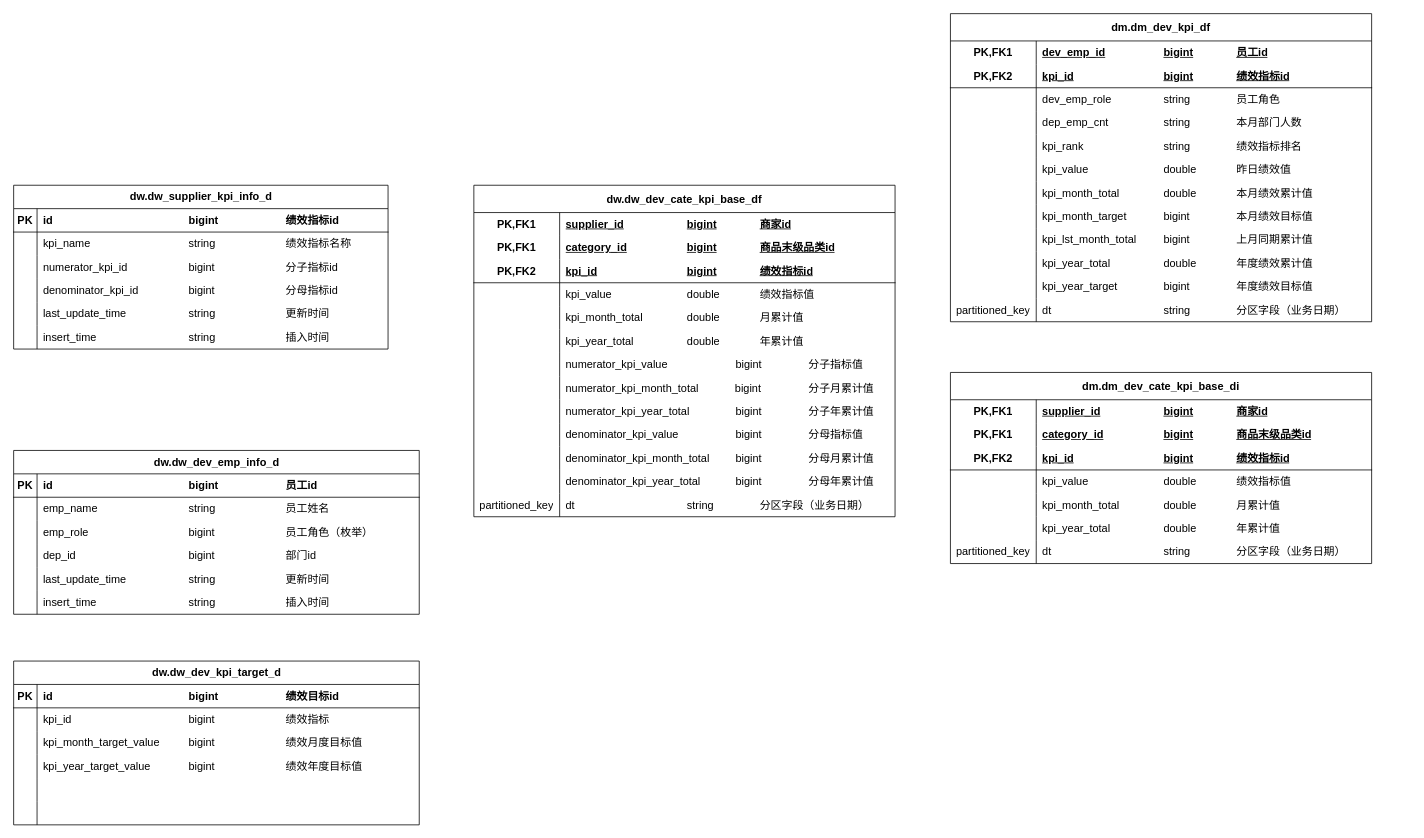
Above: 小二工作台首页.drawio in wangzijia122/drawio_repository (draw.io), before the change. Source tidied: cells renumbered, new cells numbered last; positions are measured from the earlier drawing's top-left corner, leaving out a move shared by most shapes. Both pictures are drawn from the tidied source at 78%, with x=0, y=0 at pixel (13, 13).
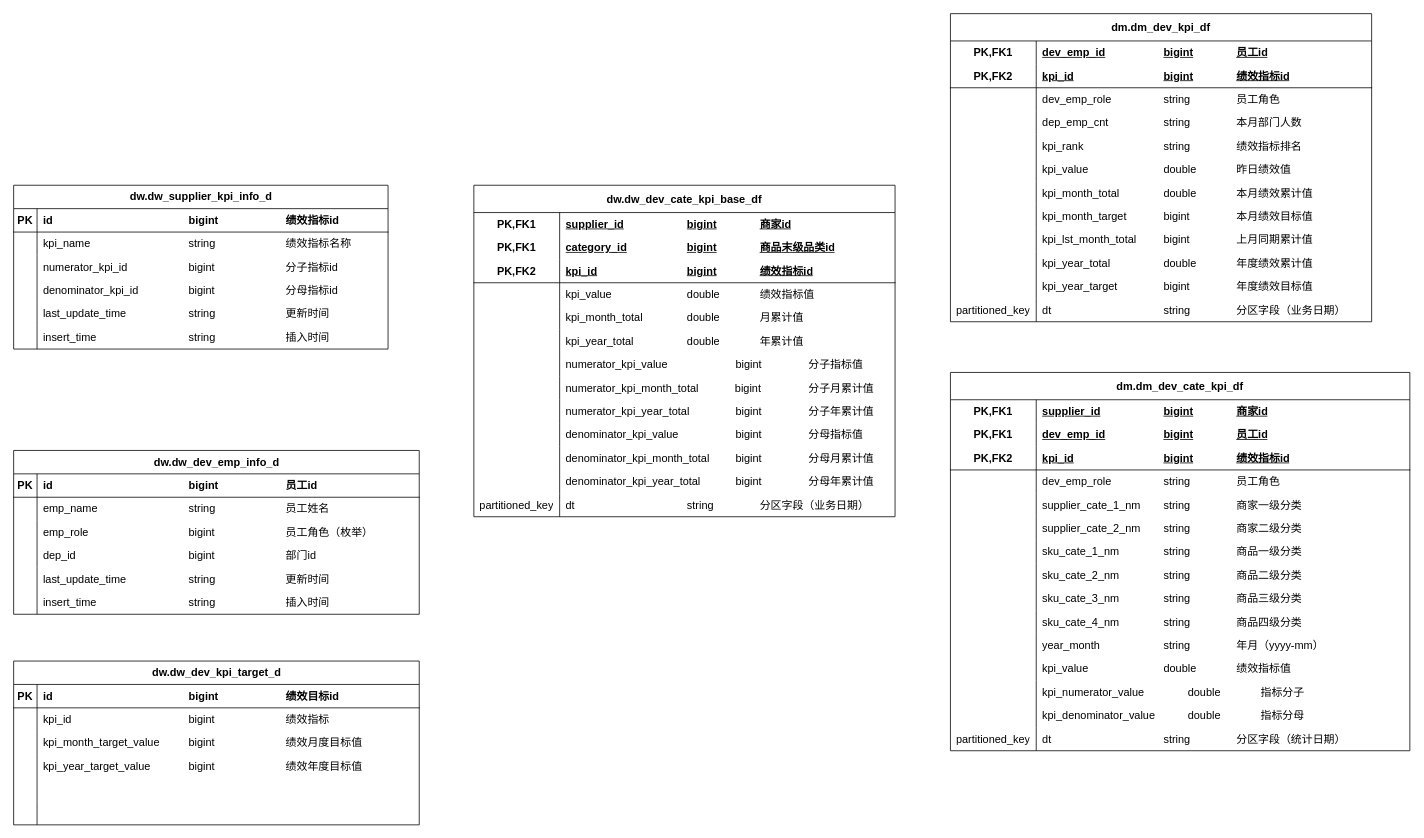
The same diagram, later.

Commit message (it also covers changes not shown here):
更新小二工作台首页.drawio

Change to the diagram source:
```diff
@@
-    <mxCell id="136" value="dm.dm_dev_cate_kpi_base_di" style="shape=table;startSize=35;childLayout=tableLayout;rowLines=0;fontStyle=1;align=center;html=1;whiteSpace=wrap;fontSize=14;" parent="1" vertex="1">
-      <mxGeometry x="1201" y="460" width="540" height="245" as="geometry" />
+    <mxCell id="136" value="dm.dm_dev_cate_kpi_df" style="shape=table;startSize=35;childLayout=tableLayout;rowLines=0;fontStyle=1;align=center;html=1;whiteSpace=wrap;fontSize=14;" parent="1" vertex="1">
+      <mxGeometry x="1201" y="460" width="589" height="485" as="geometry" />
     </mxCell>
     <mxCell id="137" style="shape=tableRow;horizontal=0;startSize=0;swimlaneHead=0;swimlaneBody=0;fillColor=none;top=0;left=0;right=0;bottom=0;html=1;fontSize=14;" parent="136" vertex="1">
-      <mxGeometry y="35" width="540" height="30" as="geometry" />
+      <mxGeometry y="35" width="589" height="30" as="geometry" />
     </mxCell>
@@
     <mxCell id="139" value="supplier_id&lt;span style=&quot;white-space: pre;&quot;&gt;&#9;&lt;/span&gt;&lt;span style=&quot;white-space: pre;&quot;&gt;&#9;&lt;/span&gt;&lt;span style=&quot;white-space: pre;&quot;&gt;&#9;&lt;/span&gt;bigint&lt;span style=&quot;white-space: pre;&quot;&gt;&#9;&lt;span style=&quot;white-space: pre;&quot;&gt;&#9;&lt;/span&gt;&lt;/span&gt;商家id" style="shape=partialRectangle;fillColor=none;top=0;left=0;bottom=0;right=0;align=left;spacingLeft=6;fontStyle=5;overflow=hidden;html=1;whiteSpace=wrap;fontSize=14;" parent="137" vertex="1">
-      <mxGeometry x="110" width="430" height="30" as="geometry" />
+      <mxGeometry x="110" width="479" height="30" as="geometry" />
     </mxCell>
     <mxCell id="140" style="shape=tableRow;horizontal=0;startSize=0;swimlaneHead=0;swimlaneBody=0;fillColor=none;top=0;left=0;right=0;bottom=0;html=1;fontSize=14;" parent="136" vertex="1">
-      <mxGeometry y="65" width="540" height="30" as="geometry" />
+      <mxGeometry y="65" width="589" height="30" as="geometry" />
     </mxCell>
@@
-    <mxCell id="142" value="category_id&lt;span style=&quot;white-space: pre;&quot;&gt;&#9;&lt;/span&gt;&lt;span style=&quot;white-space: pre;&quot;&gt;&#9;&lt;/span&gt;&lt;span style=&quot;white-space: pre;&quot;&gt;&#9;&lt;/span&gt;bigint&lt;span style=&quot;white-space: pre;&quot;&gt;&#9;&lt;span style=&quot;white-space: pre;&quot;&gt;&#9;&lt;/span&gt;商品&lt;/span&gt;末级品类id" style="shape=partialRectangle;fillColor=none;top=0;left=0;bottom=0;right=0;align=left;spacingLeft=6;fontStyle=5;overflow=hidden;html=1;whiteSpace=wrap;fontSize=14;" parent="140" vertex="1">
-      <mxGeometry x="110" width="430" height="30" as="geometry" />
+    <mxCell id="142" value="dev_emp_id&lt;span style=&quot;white-space: pre;&quot;&gt;&#9;&lt;/span&gt;&lt;span style=&quot;white-space: pre;&quot;&gt;&#9;&lt;/span&gt;&lt;span style=&quot;white-space: pre;&quot;&gt;&#9;&lt;/span&gt;bigint&lt;span style=&quot;white-space: pre;&quot;&gt;&#9;&lt;span style=&quot;white-space: pre;&quot;&gt;&#9;&lt;/span&gt;员工&lt;/span&gt;id" style="shape=partialRectangle;fillColor=none;top=0;left=0;bottom=0;right=0;align=left;spacingLeft=6;fontStyle=5;overflow=hidden;html=1;whiteSpace=wrap;fontSize=14;" parent="140" vertex="1">
+      <mxGeometry x="110" width="479" height="30" as="geometry" />
     </mxCell>
     <mxCell id="143" style="shape=tableRow;horizontal=0;startSize=0;swimlaneHead=0;swimlaneBody=0;fillColor=none;top=0;left=0;right=0;bottom=1;html=1;fontSize=14;" parent="136" vertex="1">
-      <mxGeometry y="95" width="540" height="30" as="geometry" />
+      <mxGeometry y="95" width="589" height="30" as="geometry" />
     </mxCell>
@@
     <mxCell id="145" value="kpi_id&lt;span style=&quot;white-space: pre;&quot;&gt;&#9;&lt;/span&gt;&lt;span style=&quot;white-space: pre;&quot;&gt;&#9;&lt;/span&gt;&lt;span style=&quot;white-space: pre;&quot;&gt;&#9;&lt;/span&gt;&lt;span style=&quot;white-space: pre;&quot;&gt;&#9;&lt;/span&gt;bigint&lt;span style=&quot;white-space: pre;&quot;&gt;&#9;&lt;/span&gt;&lt;span style=&quot;white-space: pre;&quot;&gt;&#9;&lt;/span&gt;绩效指标id" style="shape=partialRectangle;fillColor=none;top=0;left=0;bottom=0;right=0;align=left;spacingLeft=6;fontStyle=5;overflow=hidden;html=1;whiteSpace=wrap;fontSize=14;" parent="143" vertex="1">
-      <mxGeometry x="110" width="430" height="30" as="geometry" />
+      <mxGeometry x="110" width="479" height="30" as="geometry" />
     </mxCell>
     <mxCell id="146" style="shape=tableRow;horizontal=0;startSize=0;swimlaneHead=0;swimlaneBody=0;fillColor=none;top=0;left=0;right=0;bottom=0;html=1;fontSize=14;" parent="136" vertex="1">
-      <mxGeometry y="125" width="540" height="30" as="geometry" />
+      <mxGeometry y="125" width="589" height="30" as="geometry" />
     </mxCell>
@@
-    <mxCell id="148" value="kpi_value&lt;span style=&quot;white-space: pre;&quot;&gt;&#9;&lt;/span&gt;&lt;span style=&quot;white-space: pre;&quot;&gt;&#9;&lt;/span&gt;&lt;span style=&quot;white-space: pre;&quot;&gt;&#9;&lt;/span&gt;&lt;span style=&quot;white-space: pre;&quot;&gt;&#9;&lt;/span&gt;double&lt;span style=&quot;white-space: pre;&quot;&gt;&#9;&lt;/span&gt;&lt;span style=&quot;white-space: pre;&quot;&gt;&#9;&lt;/span&gt;绩效指标值" style="shape=partialRectangle;fillColor=none;top=0;left=0;bottom=0;right=0;align=left;spacingLeft=6;overflow=hidden;html=1;whiteSpace=wrap;fontSize=14;" parent="146" vertex="1">
-      <mxGeometry x="110" width="430" height="30" as="geometry" />
+    <mxCell id="148" value="dev_emp_role&lt;span style=&quot;white-space: pre;&quot;&gt;&#9;&lt;/span&gt;&lt;span style=&quot;white-space: pre;&quot;&gt;&#9;&lt;/span&gt;&lt;span style=&quot;white-space: pre;&quot;&gt;&#9;&lt;/span&gt;string&lt;span style=&quot;white-space: pre;&quot;&gt;&#9;&lt;/span&gt;&lt;span style=&quot;white-space: pre;&quot;&gt;&#9;&lt;/span&gt;员工角色" style="shape=partialRectangle;fillColor=none;top=0;left=0;bottom=0;right=0;align=left;spacingLeft=6;overflow=hidden;html=1;whiteSpace=wrap;fontSize=14;" parent="146" vertex="1">
+      <mxGeometry x="110" width="479" height="30" as="geometry" />
     </mxCell>
+    <mxCell id="158" style="shape=tableRow;horizontal=0;startSize=0;swimlaneHead=0;swimlaneBody=0;fillColor=none;top=0;left=0;right=0;bottom=0;html=1;fontSize=14;" parent="136" vertex="1">
+      <mxGeometry y="155" width="589" height="30" as="geometry" />
+    </mxCell>
+    <mxCell id="159" style="shape=partialRectangle;fillColor=none;top=0;left=0;bottom=0;right=0;overflow=hidden;html=1;whiteSpace=wrap;fontSize=14;" parent="158" vertex="1">
+      <mxGeometry width="110" height="30" as="geometry" />
+    </mxCell>
+    <mxCell id="160" value="supplier_cate_1_nm&lt;span style=&quot;white-space: pre;&quot;&gt;&#9;&lt;/span&gt;string&lt;span style=&quot;white-space: pre;&quot;&gt;&#9;&lt;/span&gt;&lt;span style=&quot;white-space: pre;&quot;&gt;&#9;&lt;/span&gt;商家一级分类" style="shape=partialRectangle;fillColor=none;top=0;left=0;bottom=0;right=0;align=left;spacingLeft=6;overflow=hidden;html=1;whiteSpace=wrap;fontSize=14;" parent="158" vertex="1">
+      <mxGeometry x="110" width="479" height="30" as="geometry" />
+    </mxCell>
+    <mxCell id="161" style="shape=tableRow;horizontal=0;startSize=0;swimlaneHead=0;swimlaneBody=0;fillColor=none;top=0;left=0;right=0;bottom=0;html=1;fontSize=14;" parent="136" vertex="1">
+      <mxGeometry y="185" width="589" height="30" as="geometry" />
+    </mxCell>
+    <mxCell id="162" style="shape=partialRectangle;fillColor=none;top=0;left=0;bottom=0;right=0;overflow=hidden;html=1;whiteSpace=wrap;fontSize=14;" parent="161" vertex="1">
+      <mxGeometry width="110" height="30" as="geometry" />
+    </mxCell>
+    <mxCell id="163" value="supplier_cate_2_nm&lt;span style=&quot;white-space: pre;&quot;&gt;&#9;&lt;/span&gt;string&lt;span style=&quot;white-space: pre;&quot;&gt;&#9;&lt;/span&gt;&lt;span style=&quot;white-space: pre;&quot;&gt;&#9;&lt;/span&gt;商家二级分类" style="shape=partialRectangle;fillColor=none;top=0;left=0;bottom=0;right=0;align=left;spacingLeft=6;overflow=hidden;html=1;whiteSpace=wrap;fontSize=14;" parent="161" vertex="1">
+      <mxGeometry x="110" width="479" height="30" as="geometry" />
+    </mxCell>
+    <mxCell id="164" style="shape=tableRow;horizontal=0;startSize=0;swimlaneHead=0;swimlaneBody=0;fillColor=none;top=0;left=0;right=0;bottom=0;html=1;fontSize=14;" parent="136" vertex="1">
+      <mxGeometry y="215" width="589" height="30" as="geometry" />
+    </mxCell>
+    <mxCell id="165" style="shape=partialRectangle;fillColor=none;top=0;left=0;bottom=0;right=0;overflow=hidden;html=1;whiteSpace=wrap;fontSize=14;" parent="164" vertex="1">
+      <mxGeometry width="110" height="30" as="geometry" />
+    </mxCell>
+    <mxCell id="166" value="sku_cate_1_nm&lt;span style=&quot;white-space: pre;&quot;&gt;&#9;&lt;span style=&quot;white-space: pre;&quot;&gt;&#9;&lt;/span&gt;&lt;/span&gt;string&lt;span style=&quot;white-space: pre;&quot;&gt;&#9;&lt;/span&gt;&lt;span style=&quot;white-space: pre;&quot;&gt;&#9;&lt;/span&gt;商品一级分类" style="shape=partialRectangle;fillColor=none;top=0;left=0;bottom=0;right=0;align=left;spacingLeft=6;overflow=hidden;html=1;whiteSpace=wrap;fontSize=14;" parent="164" vertex="1">
+      <mxGeometry x="110" width="479" height="30" as="geometry" />
+    </mxCell>
+    <mxCell id="167" style="shape=tableRow;horizontal=0;startSize=0;swimlaneHead=0;swimlaneBody=0;fillColor=none;top=0;left=0;right=0;bottom=0;html=1;fontSize=14;" parent="136" vertex="1">
+      <mxGeometry y="245" width="589" height="30" as="geometry" />
+    </mxCell>
+    <mxCell id="168" style="shape=partialRectangle;fillColor=none;top=0;left=0;bottom=0;right=0;overflow=hidden;html=1;whiteSpace=wrap;fontSize=14;" parent="167" vertex="1">
+      <mxGeometry width="110" height="30" as="geometry" />
+    </mxCell>
+    <mxCell id="169" value="sku_cate_2_nm&lt;span style=&quot;white-space: pre;&quot;&gt;&#9;&lt;span style=&quot;white-space: pre;&quot;&gt;&#9;&lt;/span&gt;&lt;/span&gt;string&lt;span style=&quot;white-space: pre;&quot;&gt;&#9;&lt;/span&gt;&lt;span style=&quot;white-space: pre;&quot;&gt;&#9;&lt;/span&gt;商品二级分类" style="shape=partialRectangle;fillColor=none;top=0;left=0;bottom=0;right=0;align=left;spacingLeft=6;overflow=hidden;html=1;whiteSpace=wrap;fontSize=14;" parent="167" vertex="1">
+      <mxGeometry x="110" width="479" height="30" as="geometry" />
+    </mxCell>
+    <mxCell id="170" style="shape=tableRow;horizontal=0;startSize=0;swimlaneHead=0;swimlaneBody=0;fillColor=none;top=0;left=0;right=0;bottom=0;html=1;fontSize=14;" parent="136" vertex="1">
+      <mxGeometry y="275" width="589" height="30" as="geometry" />
+    </mxCell>
+    <mxCell id="171" style="shape=partialRectangle;fillColor=none;top=0;left=0;bottom=0;right=0;overflow=hidden;html=1;whiteSpace=wrap;fontSize=14;" parent="170" vertex="1">
+      <mxGeometry width="110" height="30" as="geometry" />
+    </mxCell>
+    <mxCell id="172" value="sku_cate_3_nm&lt;span style=&quot;white-space: pre;&quot;&gt;&#9;&lt;span style=&quot;white-space: pre;&quot;&gt;&#9;&lt;/span&gt;&lt;/span&gt;string&lt;span style=&quot;white-space: pre;&quot;&gt;&#9;&lt;/span&gt;&lt;span style=&quot;white-space: pre;&quot;&gt;&#9;&lt;/span&gt;商品三级分类" style="shape=partialRectangle;fillColor=none;top=0;left=0;bottom=0;right=0;align=left;spacingLeft=6;overflow=hidden;html=1;whiteSpace=wrap;fontSize=14;" parent="170" vertex="1">
+      <mxGeometry x="110" width="479" height="30" as="geometry" />
+    </mxCell>
+    <mxCell id="173" style="shape=tableRow;horizontal=0;startSize=0;swimlaneHead=0;swimlaneBody=0;fillColor=none;top=0;left=0;right=0;bottom=0;html=1;fontSize=14;" parent="136" vertex="1">
+      <mxGeometry y="305" width="589" height="30" as="geometry" />
+    </mxCell>
+    <mxCell id="174" style="shape=partialRectangle;fillColor=none;top=0;left=0;bottom=0;right=0;overflow=hidden;html=1;whiteSpace=wrap;fontSize=14;" parent="173" vertex="1">
+      <mxGeometry width="110" height="30" as="geometry" />
+    </mxCell>
+    <mxCell id="175" value="sku_cate_4_nm&lt;span style=&quot;white-space: pre;&quot;&gt;&#9;&lt;span style=&quot;white-space: pre;&quot;&gt;&#9;&lt;/span&gt;&lt;/span&gt;string&lt;span style=&quot;white-space: pre;&quot;&gt;&#9;&lt;/span&gt;&lt;span style=&quot;white-space: pre;&quot;&gt;&#9;&lt;/span&gt;商品四级分类" style="shape=partialRectangle;fillColor=none;top=0;left=0;bottom=0;right=0;align=left;spacingLeft=6;overflow=hidden;html=1;whiteSpace=wrap;fontSize=14;" parent="173" vertex="1">
+      <mxGeometry x="110" width="479" height="30" as="geometry" />
+    </mxCell>
     <mxCell id="149" style="shape=tableRow;horizontal=0;startSize=0;swimlaneHead=0;swimlaneBody=0;fillColor=none;top=0;left=0;right=0;bottom=0;html=1;fontSize=14;" parent="136" vertex="1">
-      <mxGeometry y="155" width="540" height="30" as="geometry" />
+      <mxGeometry y="335" width="589" height="30" as="geometry" />
     </mxCell>
@@
-    <mxCell id="151" value="kpi_month_total&lt;span style=&quot;white-space: pre;&quot;&gt;&#9;&lt;/span&gt;&lt;span style=&quot;white-space: pre;&quot;&gt;&#9;&lt;/span&gt;double&lt;span style=&quot;white-space: pre;&quot;&gt;&#9;&lt;/span&gt;&lt;span style=&quot;white-space: pre;&quot;&gt;&#9;&lt;/span&gt;月累计值" style="shape=partialRectangle;fillColor=none;top=0;left=0;bottom=0;right=0;align=left;spacingLeft=6;overflow=hidden;html=1;whiteSpace=wrap;fontSize=14;" parent="149" vertex="1">
-      <mxGeometry x="110" width="430" height="30" as="geometry" />
+    <mxCell id="151" value="year_month&lt;span style=&quot;white-space: pre;&quot;&gt;&#9;&lt;/span&gt;&lt;span style=&quot;white-space: pre;&quot;&gt;&#9;&lt;span style=&quot;white-space: pre;&quot;&gt;&#9;&lt;/span&gt;&lt;/span&gt;string&lt;span style=&quot;white-space: pre;&quot;&gt;&#9;&lt;/span&gt;&lt;span style=&quot;white-space: pre;&quot;&gt;&#9;&lt;/span&gt;年月（yyyy-mm）" style="shape=partialRectangle;fillColor=none;top=0;left=0;bottom=0;right=0;align=left;spacingLeft=6;overflow=hidden;html=1;whiteSpace=wrap;fontSize=14;" parent="149" vertex="1">
+      <mxGeometry x="110" width="479" height="30" as="geometry" />
     </mxCell>
+    <mxCell id="176" style="shape=tableRow;horizontal=0;startSize=0;swimlaneHead=0;swimlaneBody=0;fillColor=none;top=0;left=0;right=0;bottom=0;html=1;fontSize=14;" parent="136" vertex="1">
+      <mxGeometry y="365" width="589" height="30" as="geometry" />
+    </mxCell>
+    <mxCell id="177" style="shape=partialRectangle;fillColor=none;top=0;left=0;bottom=0;right=0;overflow=hidden;html=1;whiteSpace=wrap;fontSize=14;" parent="176" vertex="1">
+      <mxGeometry width="110" height="30" as="geometry" />
+    </mxCell>
+    <mxCell id="178" value="kpi_value&lt;span style=&quot;white-space: pre;&quot;&gt;&#9;&lt;/span&gt;&lt;span style=&quot;white-space: pre;&quot;&gt;&#9;&lt;/span&gt;&lt;span style=&quot;white-space: pre;&quot;&gt;&#9;&lt;span style=&quot;white-space: pre;&quot;&gt;&#9;&lt;/span&gt;&lt;/span&gt;double&lt;span style=&quot;white-space: pre;&quot;&gt;&#9;&lt;/span&gt;&lt;span style=&quot;white-space: pre;&quot;&gt;&#9;&lt;/span&gt;绩效指标值" style="shape=partialRectangle;fillColor=none;top=0;left=0;bottom=0;right=0;align=left;spacingLeft=6;overflow=hidden;html=1;whiteSpace=wrap;fontSize=14;" parent="176" vertex="1">
+      <mxGeometry x="110" width="479" height="30" as="geometry" />
+    </mxCell>
+    <mxCell id="179" style="shape=tableRow;horizontal=0;startSize=0;swimlaneHead=0;swimlaneBody=0;fillColor=none;top=0;left=0;right=0;bottom=0;html=1;fontSize=14;" parent="136" vertex="1">
+      <mxGeometry y="395" width="589" height="30" as="geometry" />
+    </mxCell>
+    <mxCell id="180" style="shape=partialRectangle;fillColor=none;top=0;left=0;bottom=0;right=0;overflow=hidden;html=1;whiteSpace=wrap;fontSize=14;" parent="179" vertex="1">
+      <mxGeometry width="110" height="30" as="geometry" />
+    </mxCell>
+    <mxCell id="181" value="kpi_numerator_value&lt;span style=&quot;white-space: pre;&quot;&gt;&#9;&lt;span style=&quot;white-space: pre;&quot;&gt;&#9;&lt;/span&gt;&lt;/span&gt;double&lt;span style=&quot;white-space: pre;&quot;&gt;&#9;&lt;/span&gt;&lt;span style=&quot;white-space: pre;&quot;&gt;&#9;&lt;/span&gt;指标分子" style="shape=partialRectangle;fillColor=none;top=0;left=0;bottom=0;right=0;align=left;spacingLeft=6;overflow=hidden;html=1;whiteSpace=wrap;fontSize=14;" parent="179" vertex="1">
+      <mxGeometry x="110" width="479" height="30" as="geometry" />
+    </mxCell>
     <mxCell id="152" style="shape=tableRow;horizontal=0;startSize=0;swimlaneHead=0;swimlaneBody=0;fillColor=none;top=0;left=0;right=0;bottom=0;html=1;fontSize=14;" parent="136" vertex="1">
-      <mxGeometry y="185" width="540" height="30" as="geometry" />
+      <mxGeometry y="425" width="589" height="30" as="geometry" />
     </mxCell>
@@
-    <mxCell id="154" value="kpi_year_total&lt;span style=&quot;white-space: pre;&quot;&gt;&#9;&lt;/span&gt;&lt;span style=&quot;white-space: pre;&quot;&gt;&#9;&lt;span style=&quot;white-space: pre;&quot;&gt;&#9;&lt;/span&gt;&lt;/span&gt;double&lt;span style=&quot;white-space: pre;&quot;&gt;&#9;&lt;/span&gt;&lt;span style=&quot;white-space: pre;&quot;&gt;&#9;&lt;/span&gt;年累计值" style="shape=partialRectangle;fillColor=none;top=0;left=0;bottom=0;right=0;align=left;spacingLeft=6;overflow=hidden;html=1;whiteSpace=wrap;fontSize=14;" parent="152" vertex="1">
-      <mxGeometry x="110" width="430" height="30" as="geometry" />
+    <mxCell id="154" value="kpi_denominator_value&lt;span style=&quot;white-space: pre;&quot;&gt;&#9;&lt;/span&gt;&lt;span style=&quot;white-space: pre;&quot;&gt;&#9;&lt;/span&gt;double&lt;span style=&quot;white-space: pre;&quot;&gt;&#9;&lt;/span&gt;&lt;span style=&quot;white-space: pre;&quot;&gt;&#9;&lt;/span&gt;指标分母" style="shape=partialRectangle;fillColor=none;top=0;left=0;bottom=0;right=0;align=left;spacingLeft=6;overflow=hidden;html=1;whiteSpace=wrap;fontSize=14;" parent="152" vertex="1">
+      <mxGeometry x="110" width="479" height="30" as="geometry" />
     </mxCell>
     <mxCell id="155" style="shape=tableRow;horizontal=0;startSize=0;swimlaneHead=0;swimlaneBody=0;fillColor=none;top=0;left=0;right=0;bottom=0;html=1;fontSize=14;" parent="136" vertex="1">
-      <mxGeometry y="215" width="540" height="30" as="geometry" />
+      <mxGeometry y="455" width="589" height="30" as="geometry" />
     </mxCell>
@@
-    <mxCell id="157" value="dt&lt;span style=&quot;white-space: pre;&quot;&gt;&#9;&lt;/span&gt;&lt;span style=&quot;white-space: pre;&quot;&gt;&#9;&lt;span style=&quot;white-space: pre;&quot;&gt;&#9;&lt;span style=&quot;white-space: pre;&quot;&gt;&#9;&lt;/span&gt;&lt;span style=&quot;white-space: pre;&quot;&gt;&#9;&lt;/span&gt;&lt;/span&gt;&lt;/span&gt;string&lt;span style=&quot;white-space: pre;&quot;&gt;&#9;&lt;/span&gt;&lt;span style=&quot;white-space: pre;&quot;&gt;&#9;&lt;/span&gt;分区字段（业务日期）" style="shape=partialRectangle;fillColor=none;top=0;left=0;bottom=0;right=0;align=left;spacingLeft=6;overflow=hidden;html=1;whiteSpace=wrap;fontSize=14;" parent="155" vertex="1">
-      <mxGeometry x="110" width="430" height="30" as="geometry" />
+    <mxCell id="157" value="dt&lt;span style=&quot;white-space: pre;&quot;&gt;&#9;&lt;/span&gt;&lt;span style=&quot;white-space: pre;&quot;&gt;&#9;&lt;span style=&quot;white-space: pre;&quot;&gt;&#9;&lt;span style=&quot;white-space: pre;&quot;&gt;&#9;&lt;/span&gt;&lt;span style=&quot;white-space: pre;&quot;&gt;&#9;&lt;/span&gt;&lt;/span&gt;&lt;/span&gt;string&lt;span style=&quot;white-space: pre;&quot;&gt;&#9;&lt;/span&gt;&lt;span style=&quot;white-space: pre;&quot;&gt;&#9;&lt;/span&gt;分区字段（统计日期）" style="shape=partialRectangle;fillColor=none;top=0;left=0;bottom=0;right=0;align=left;spacingLeft=6;overflow=hidden;html=1;whiteSpace=wrap;fontSize=14;" parent="155" vertex="1">
+      <mxGeometry x="110" width="479" height="30" as="geometry" />
     </mxCell>
```
